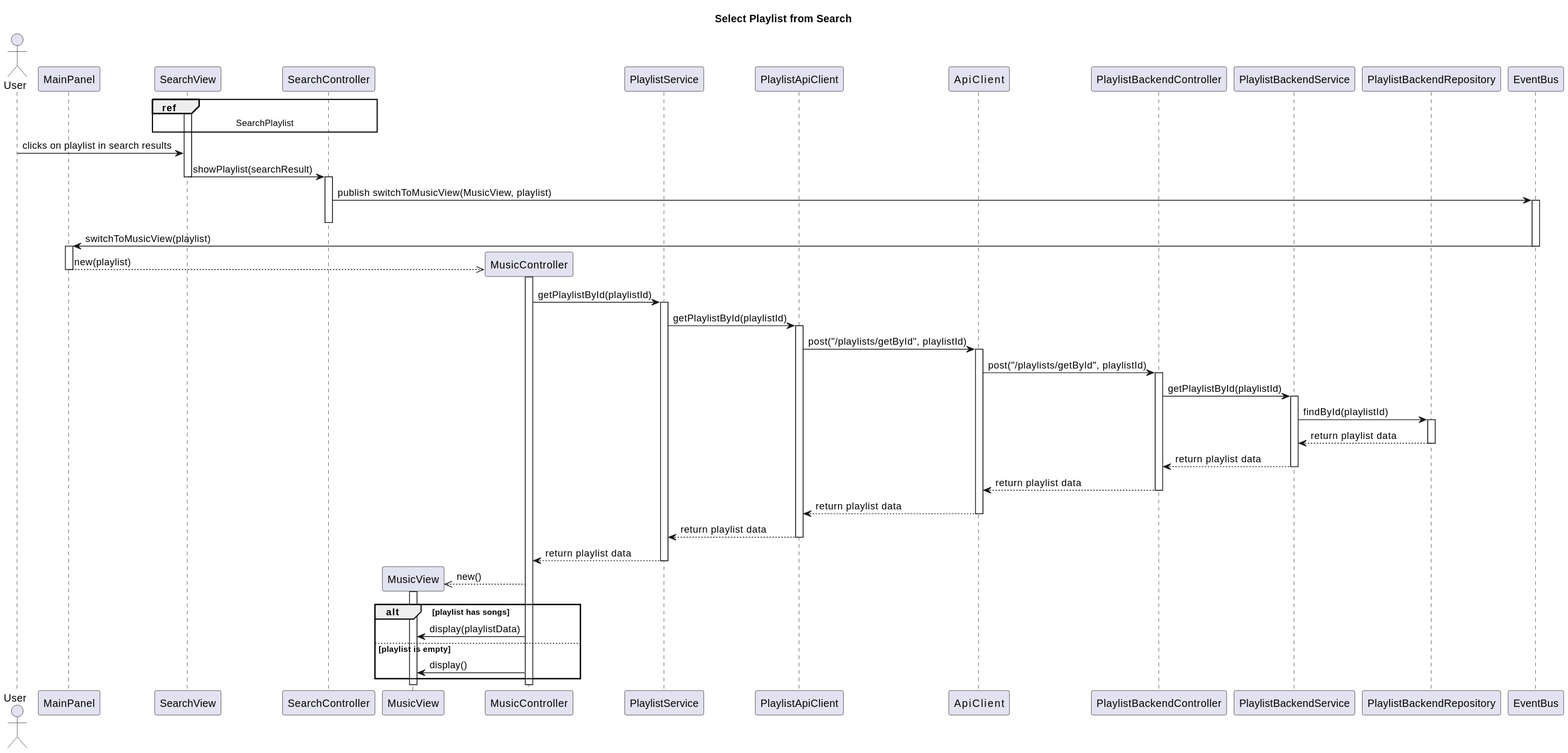
RubenKingCP/Tunix keeps this PlantUML diagram as Paradoteo_4/SequenceDiagrams-v0.3/SelectPlaylistFromSearch.svg. Above is the earlier version. The source it was exported from:
```plantuml
@startuml
title Select Playlist from Search

actor User

participant MainPanel
participant SearchView
participant SearchController
participant MusicView
participant MusicController
participant PlaylistService
participant PlaylistApiClient
participant ApiService
participant PlaylistBackendController
participant PlaylistBackendService
participant PlaylistBackendRepository


participant EventBus

ref over SearchView, SearchController
SearchPlaylist
end ref
activate SearchView
User -> SearchView : clicks on playlist in search results
SearchView -> SearchController : showPlaylist(searchResult)
deactivate SearchView
activate SearchController
SearchController -> EventBus : publish switchToMusicView(MusicView, playlist)
activate EventBus
deactivate SearchController
EventBus -> MainPanel : switchToMusicView(playlist)
deactivate EventBus
activate MainPanel
create MusicController
MainPanel -->> MusicController : new(playlist)
deactivate MainPanel
activate MusicController
MusicController -> PlaylistService : getPlaylistById(playlistId)
activate PlaylistService
PlaylistService -> PlaylistApiClient : getPlaylistById(playlistId)
activate PlaylistApiClient
PlaylistApiClient -> ApiService : post("/playlists/getById", playlistId)
activate ApiService
ApiService -> PlaylistBackendController : post("/playlists/getById", playlistId)
activate PlaylistBackendController
PlaylistBackendController -> PlaylistBackendService : getPlaylistById(playlistId)
activate PlaylistBackendService
PlaylistBackendService -> PlaylistBackendRepository : findById(playlistId)
activate PlaylistBackendRepository
PlaylistBackendRepository --> PlaylistBackendService : return playlist data
deactivate PlaylistBackendRepository
PlaylistBackendService --> PlaylistBackendController : return playlist data
deactivate PlaylistBackendService
PlaylistBackendController --> ApiService : return playlist data
deactivate PlaylistBackendController
ApiService --> PlaylistApiClient : return playlist data
deactivate ApiService
PlaylistApiClient --> PlaylistService : return playlist data
deactivate PlaylistApiClient
PlaylistService --> MusicController : return playlist data
deactivate PlaylistService
create MusicView
MusicController -->> MusicView : new()
activate MusicView
alt playlist has songs
    MusicController -> MusicView : display(playlistData)
else playlist is empty
    MusicController -> MusicView : display()
end
@enduml
```
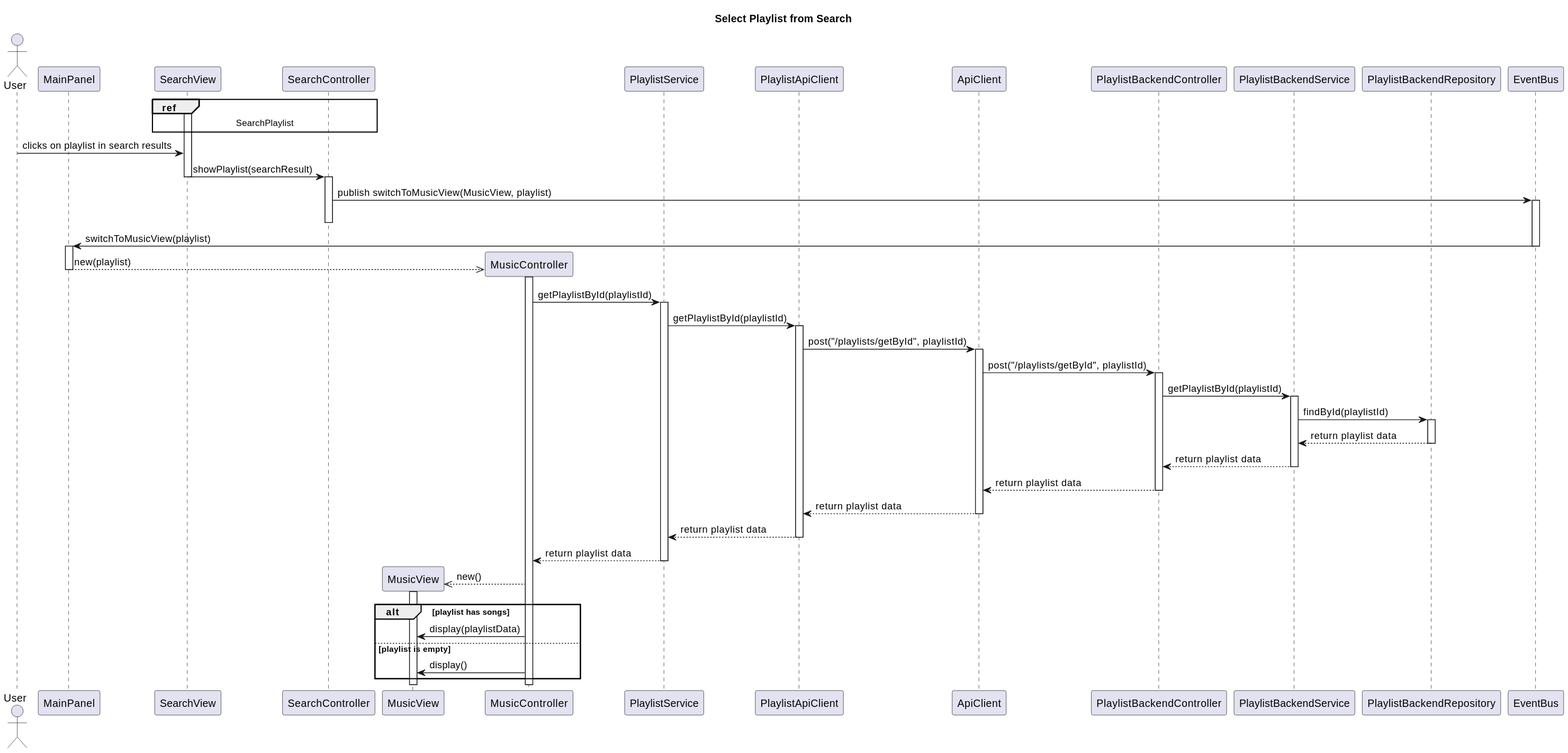
The same diagram one commit later.

Diff of the diagram source:
```diff
@@ -10,7 +10,7 @@
 participant MusicController
 participant PlaylistService
 participant PlaylistApiClient
-participant ApiService
+participant ApiClient
 participant PlaylistBackendController
 participant PlaylistBackendService
 participant PlaylistBackendRepository
@@ -40,9 +40,9 @@
 activate PlaylistService
 PlaylistService -> PlaylistApiClient : getPlaylistById(playlistId)
 activate PlaylistApiClient
-PlaylistApiClient -> ApiService : post("/playlists/getById", playlistId)
-activate ApiService
-ApiService -> PlaylistBackendController : post("/playlists/getById", playlistId)
+PlaylistApiClient -> ApiClient : post("/playlists/getById", playlistId)
+activate ApiClient
+ApiClient -> PlaylistBackendController : post("/playlists/getById", playlistId)
 activate PlaylistBackendController
 PlaylistBackendController -> PlaylistBackendService : getPlaylistById(playlistId)
 activate PlaylistBackendService
@@ -52,10 +52,10 @@
 deactivate PlaylistBackendRepository
 PlaylistBackendService --> PlaylistBackendController : return playlist data
 deactivate PlaylistBackendService
-PlaylistBackendController --> ApiService : return playlist data
+PlaylistBackendController --> ApiClient : return playlist data
 deactivate PlaylistBackendController
-ApiService --> PlaylistApiClient : return playlist data
-deactivate ApiService
+ApiClient --> PlaylistApiClient : return playlist data
+deactivate ApiClient
 PlaylistApiClient --> PlaylistService : return playlist data
 deactivate PlaylistApiClient
 PlaylistService --> MusicController : return playlist data
```
